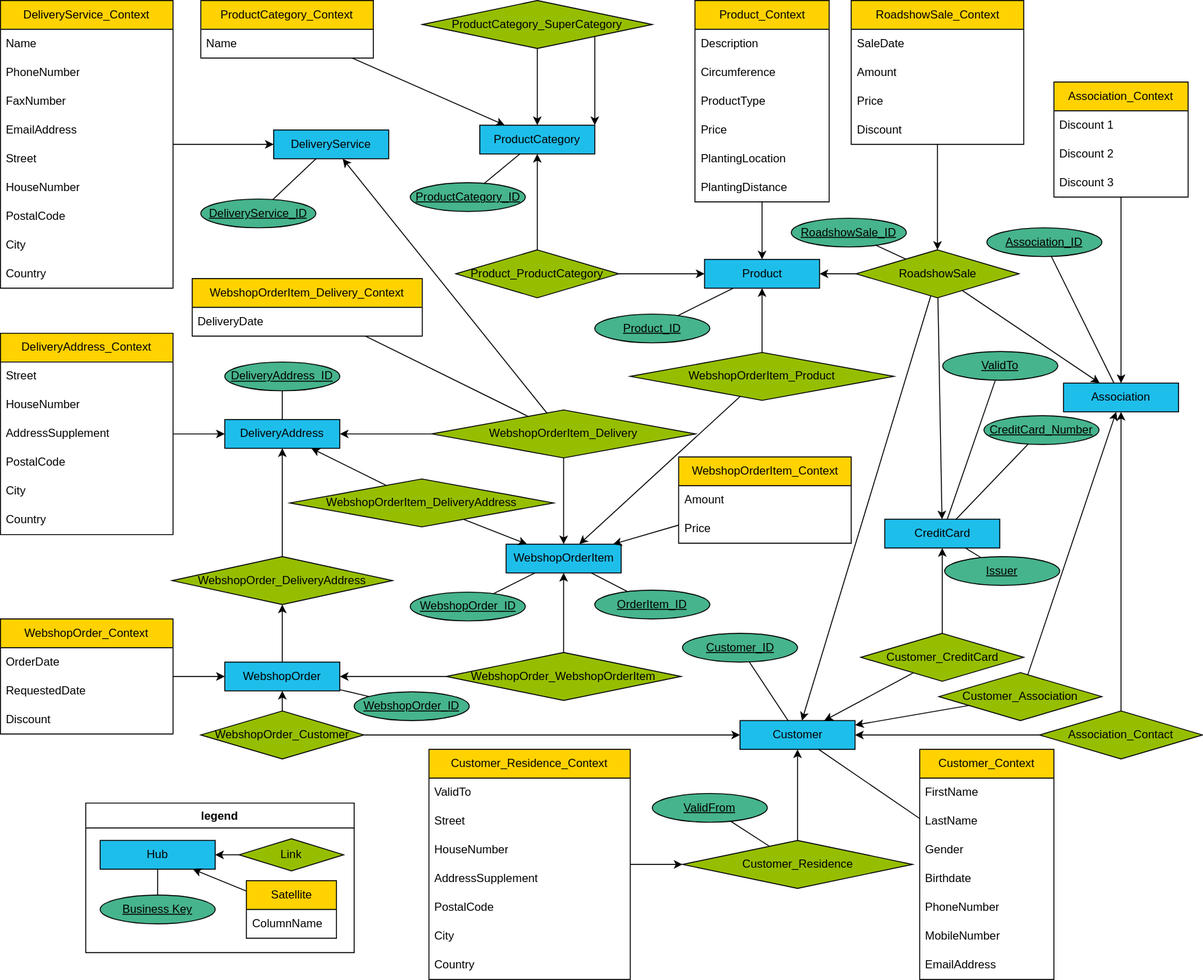
Above: static/U02/willibald_datavault.svg in hsh-bis242/hsh-bi-class (draw.io), before the change. Source tidied: cells renumbered, new cells last; positions are measured from the earlier drawing's top-left corner, leaving out a move shared by most shapes.
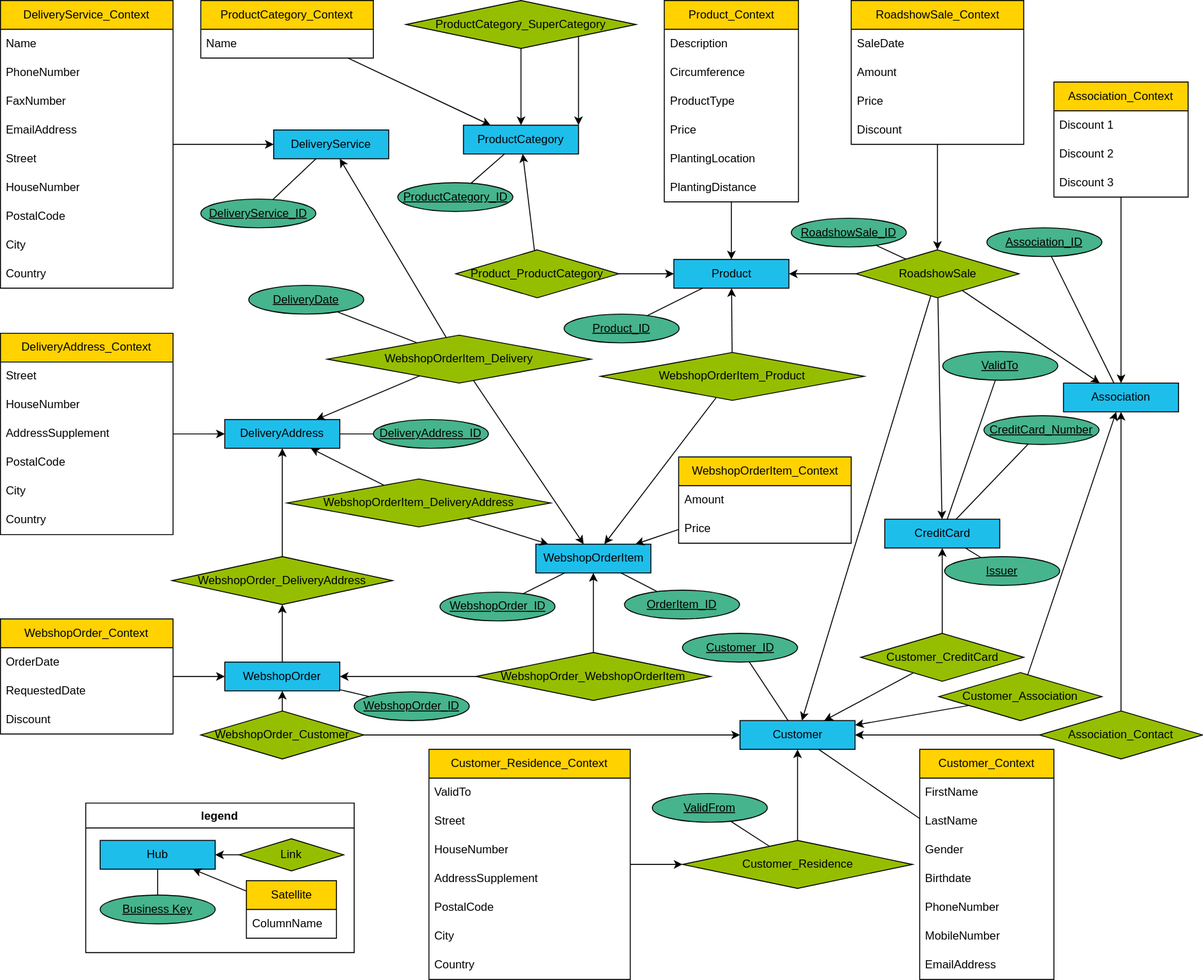
The same diagram one commit later.

Commit message:
Removes lsat from lnk_webshoporderitem_delivery

The edit, as a diff of the source:
```diff
@@ -6,7 +6,7 @@
       <mxGeometry x="892.5" y="260" width="170" height="50" as="geometry" />
     </mxCell>
     <mxCell id="3" value="Product" style="rounded=0;whiteSpace=wrap;html=1;fillColor=#1EBEEB;" parent="1" vertex="1">
-      <mxGeometry x="734.5" y="270" width="120" height="30" as="geometry" />
+      <mxGeometry x="702.5" y="270" width="120" height="30" as="geometry" />
     </mxCell>
     <mxCell id="4" value="RoadshowSale_Context" style="swimlane;fontStyle=0;horizontal=1;startSize=30;whiteSpace=wrap;html=1;fillColor=#FFD200;" parent="1" vertex="1">
       <mxGeometry x="887.5" width="180" height="150" as="geometry" />
@@ -81,7 +81,7 @@
       <mxGeometry relative="1" as="geometry" />
     </mxCell>
     <mxCell id="28" value="&lt;u&gt;Product_ID&lt;/u&gt;" style="ellipse;whiteSpace=wrap;html=1;fillColor=#46B48C;" parent="1" vertex="1">
-      <mxGeometry x="620" y="327" width="120" height="30" as="geometry" />
+      <mxGeometry x="588" y="327" width="120" height="30" as="geometry" />
     </mxCell>
     <mxCell id="29" style="endArrow=none;html=1;rounded=0;" parent="1" edge="1" source="28" target="3">
       <mxGeometry relative="1" as="geometry" />
@@ -132,7 +132,7 @@
       <mxGeometry relative="1" as="geometry" />
     </mxCell>
     <mxCell id="45" value="Product_Context" style="swimlane;fontStyle=0;horizontal=1;startSize=30;whiteSpace=wrap;html=1;fillColor=#FFD200;" parent="1" vertex="1">
-      <mxGeometry x="724.5" width="140" height="210" as="geometry" />
+      <mxGeometry x="692.5" width="140" height="210" as="geometry" />
     </mxCell>
     <mxCell id="46" value="Description" style="text;strokeColor=none;fillColor=none;align=left;verticalAlign=middle;spacingLeft=4;spacingRight=4;overflow=hidden;whiteSpace=wrap;html=1;" parent="45" vertex="1">
       <mxGeometry y="30" width="140" height="30" as="geometry" />
@@ -156,7 +156,7 @@
       <mxGeometry relative="1" as="geometry" />
     </mxCell>
     <mxCell id="53" value="ProductCategory" style="rounded=0;whiteSpace=wrap;html=1;fillColor=#1EBEEB;" parent="1" vertex="1">
-      <mxGeometry x="500" y="130" width="120" height="30" as="geometry" />
+      <mxGeometry x="483" y="130" width="120" height="30" as="geometry" />
     </mxCell>
     <mxCell id="54" value="Product_ProductCategory" style="rhombus;whiteSpace=wrap;html=1;fillColor=#96BE00;" parent="1" vertex="1">
       <mxGeometry x="475" y="260" width="170" height="50" as="geometry" />
@@ -168,7 +168,7 @@
       <mxGeometry relative="1" as="geometry" />
     </mxCell>
     <mxCell id="57" value="&lt;u&gt;ProductCategory_ID&lt;/u&gt;" style="ellipse;whiteSpace=wrap;html=1;fillColor=#46B48C;" parent="1" vertex="1">
-      <mxGeometry x="427.5" y="190" width="120" height="30" as="geometry" />
+      <mxGeometry x="414.5" y="190" width="120" height="30" as="geometry" />
     </mxCell>
     <mxCell id="58" style="endArrow=none;html=1;rounded=0;" parent="1" edge="1" source="57" target="53">
       <mxGeometry relative="1" as="geometry" />
@@ -201,7 +201,7 @@
       <mxGeometry relative="1" as="geometry" />
     </mxCell>
     <mxCell id="68" value="ProductCategory_SuperCategory" style="rhombus;whiteSpace=wrap;html=1;fillColor=#96BE00;" parent="1" vertex="1">
-      <mxGeometry x="440" width="240" height="50" as="geometry" />
+      <mxGeometry x="423" width="240" height="50" as="geometry" />
     </mxCell>
     <mxCell id="69" style="endArrow=classic;html=1;rounded=0;entryX=1;entryY=0;entryDx=0;entryDy=0;exitX=1;exitY=1;exitDx=0;exitDy=0;" parent="1" edge="1" source="68" target="53">
       <mxGeometry relative="1" as="geometry" />
@@ -255,7 +255,7 @@
       <mxGeometry x="234" y="437" width="120" height="30" as="geometry" />
     </mxCell>
     <mxCell id="86" value="&lt;u&gt;DeliveryAddress_ID&lt;/u&gt;" style="ellipse;whiteSpace=wrap;html=1;fillColor=#46B48C;" parent="1" vertex="1">
-      <mxGeometry x="234" y="377" width="120" height="30" as="geometry" />
+      <mxGeometry x="389" y="437" width="120" height="30" as="geometry" />
     </mxCell>
     <mxCell id="87" style="endArrow=none;html=1;rounded=0;" parent="1" edge="1" source="86" target="85">
       <mxGeometry relative="1" as="geometry" />
@@ -294,10 +294,10 @@
       <mxGeometry relative="1" as="geometry" />
     </mxCell>
     <mxCell id="99" value="WebshopOrder_WebshopOrderItem" style="rhombus;whiteSpace=wrap;html=1;fillColor=#96BE00;" parent="1" vertex="1">
-      <mxGeometry x="465" y="680" width="245" height="50" as="geometry" />
+      <mxGeometry x="496" y="680" width="245" height="50" as="geometry" />
     </mxCell>
     <mxCell id="100" value="WebshopOrderItem" style="rounded=0;whiteSpace=wrap;html=1;fillColor=#1EBEEB;" parent="1" vertex="1">
-      <mxGeometry x="527.5" y="567" width="120" height="30" as="geometry" />
+      <mxGeometry x="558.5" y="567" width="120" height="30" as="geometry" />
     </mxCell>
     <mxCell id="101" style="endArrow=classic;html=1;rounded=0;" parent="1" edge="1" source="99" target="82">
       <mxGeometry relative="1" as="geometry" />
@@ -306,7 +306,7 @@
       <mxGeometry relative="1" as="geometry" />
     </mxCell>
     <mxCell id="103" value="WebshopOrderItem_DeliveryAddress" style="rhombus;whiteSpace=wrap;html=1;fillColor=#96BE00;" parent="1" vertex="1">
-      <mxGeometry x="302" y="499" width="275" height="50" as="geometry" />
+      <mxGeometry x="299" y="499" width="275" height="50" as="geometry" />
     </mxCell>
     <mxCell id="104" style="endArrow=classic;html=1;rounded=0;" parent="1" edge="1" source="103" target="100">
       <mxGeometry relative="1" as="geometry" />
@@ -315,10 +315,10 @@
       <mxGeometry relative="1" as="geometry" />
     </mxCell>
     <mxCell id="106" value="&lt;u&gt;WebshopOrder_ID&lt;/u&gt;" style="ellipse;whiteSpace=wrap;html=1;fillColor=#46B48C;" parent="1" vertex="1">
-      <mxGeometry x="427.5" y="617" width="120" height="30" as="geometry" />
+      <mxGeometry x="458.5" y="617" width="120" height="30" as="geometry" />
     </mxCell>
     <mxCell id="107" value="&lt;u&gt;OrderItem_ID&lt;/u&gt;" style="ellipse;whiteSpace=wrap;html=1;fillColor=#46B48C;" parent="1" vertex="1">
-      <mxGeometry x="620" y="615" width="120" height="30" as="geometry" />
+      <mxGeometry x="651" y="615" width="120" height="30" as="geometry" />
     </mxCell>
     <mxCell id="108" style="endArrow=none;html=1;rounded=0;" parent="1" edge="1" source="107" target="100">
       <mxGeometry relative="1" as="geometry" />
@@ -327,7 +327,7 @@
       <mxGeometry relative="1" as="geometry" />
     </mxCell>
     <mxCell id="110" value="WebshopOrderItem_Product" style="rhombus;whiteSpace=wrap;html=1;fillColor=#96BE00;" parent="1" vertex="1">
-      <mxGeometry x="657" y="367" width="275" height="50" as="geometry" />
+      <mxGeometry x="626" y="367" width="275" height="50" as="geometry" />
     </mxCell>
     <mxCell id="111" style="endArrow=classic;html=1;rounded=0;" parent="1" edge="1" source="110" target="3">
       <mxGeometry relative="1" as="geometry" />
@@ -387,7 +387,7 @@
       <mxGeometry y="210" width="210" height="30" as="geometry" />
     </mxCell>
     <mxCell id="130" value="WebshopOrderItem_Delivery" style="rhombus;whiteSpace=wrap;html=1;fillColor=#96BE00;" parent="1" vertex="1">
-      <mxGeometry x="450" y="427" width="275" height="50" as="geometry" />
+      <mxGeometry x="341" y="349" width="275" height="50" as="geometry" />
     </mxCell>
     <mxCell id="131" style="endArrow=classic;html=1;rounded=0;" parent="1" edge="1" source="130" target="100">
       <mxGeometry relative="1" as="geometry" />
@@ -440,13 +440,7 @@
     <mxCell id="147" style="endArrow=classic;html=1;rounded=0;" parent="1" edge="1" source="137" target="133">
       <mxGeometry relative="1" as="geometry" />
     </mxCell>
-    <mxCell id="148" value="WebshopOrderItem_Delivery_Context" style="swimlane;fontStyle=0;horizontal=1;startSize=30;whiteSpace=wrap;html=1;fillColor=#FFD200;" parent="1" vertex="1">
-      <mxGeometry x="200" y="290" width="240" height="60" as="geometry" />
-    </mxCell>
-    <mxCell id="149" value="DeliveryDate" style="text;strokeColor=none;fillColor=none;align=left;verticalAlign=middle;spacingLeft=4;spacingRight=4;overflow=hidden;points=[[0,0.5],[1,0.5]];portConstraint=eastwest;whiteSpace=wrap;html=1;" parent="148" vertex="1">
-      <mxGeometry y="30" width="240" height="30" as="geometry" />
-    </mxCell>
-    <mxCell id="150" style="endArrow=none;html=1;rounded=0;" parent="1" edge="1" source="130" target="148">
+    <mxCell id="150" style="endArrow=none;html=1;rounded=0;" parent="1" edge="1" source="130" target="149">
       <mxGeometry relative="1" as="geometry" />
     </mxCell>
     <mxCell id="151" style="group;" parent="1" vertex="1">
@@ -482,5 +476,8 @@
     <mxCell id="161" style="endArrow=classic;html=1;rounded=0;" parent="151" edge="1" source="153" target="157">
       <mxGeometry relative="1" as="geometry" />
     </mxCell>
+    <mxCell id="149" value="&lt;u&gt;DeliveryDate&lt;/u&gt;" style="ellipse;whiteSpace=wrap;html=1;fillColor=#46B48C;" parent="1" vertex="1">
+      <mxGeometry x="259" y="297" width="120" height="30" as="geometry" />
+    </mxCell>
   </root>
 </mxGraphModel>
```
